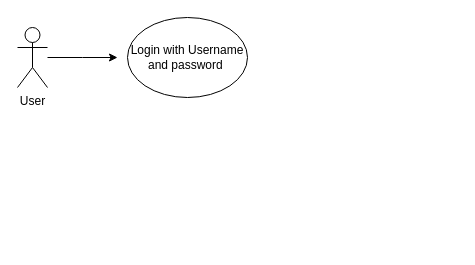
Earlier version of the draw.io diagram Login Diagram.drawio (Swaraj-Bharti/softwarearchitectcert). Source tidied: cells renumbered, new cells numbered last; positions are measured from the earlier drawing's top-left corner, leaving out a move shared by most shapes. Both pictures are drawn from the tidied source at 100%, with x=0, y=0 at pixel (17, 17).
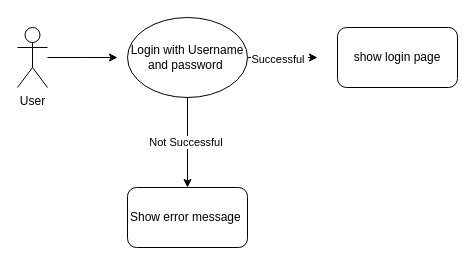
The same diagram, later.

Diff of the diagram source:
```diff
@@
 <mxGraphModel>
   <root>
     <mxCell id="0" />
     <mxCell id="1" parent="0" />
     <mxCell id="2" style="edgeStyle=orthogonalEdgeStyle;rounded=0;jettySize=auto;html=1;" parent="1" edge="1" source="3">
       <mxGeometry relative="1" as="geometry">
         <mxPoint x="100" y="40" as="targetPoint" />
       </mxGeometry>
     </mxCell>
     <mxCell id="3" value="User" style="shape=umlActor;verticalLabelPosition=bottom;verticalAlign=top;html=1;outlineConnect=0;" parent="1" vertex="1">
       <mxGeometry y="10" width="30" height="60" as="geometry" />
     </mxCell>
+    <mxCell id="5" style="edgeStyle=orthogonalEdgeStyle;rounded=0;jettySize=auto;html=1;" parent="1" edge="1" source="4">
+      <mxGeometry relative="1" as="geometry">
+        <mxPoint x="300" y="40" as="targetPoint" />
+      </mxGeometry>
+    </mxCell>
+    <mxCell id="6" value="Successful&amp;nbsp;" style="edgeLabel;html=1;align=center;verticalAlign=middle;" parent="5" vertex="1">
+      <mxGeometry x="-0.11" y="-1" relative="1" as="geometry" />
+    </mxCell>
+    <mxCell id="7" value="Not Successful&amp;nbsp;" style="edgeStyle=orthogonalEdgeStyle;rounded=0;jettySize=auto;html=1;" parent="1" edge="1" source="4" target="9">
+      <mxGeometry relative="1" as="geometry" />
+    </mxCell>
     <mxCell id="4" value="Login with Username and password&amp;nbsp;" style="ellipse;whiteSpace=wrap;html=1;" parent="1" vertex="1">
       <mxGeometry x="110" width="120" height="80" as="geometry" />
     </mxCell>
+    <mxCell id="8" value="show login page" style="rounded=1;whiteSpace=wrap;html=1;" parent="1" vertex="1">
+      <mxGeometry x="320" y="10" width="120" height="60" as="geometry" />
+    </mxCell>
+    <mxCell id="9" value="Show error message&amp;nbsp;" style="rounded=1;whiteSpace=wrap;html=1;" parent="1" vertex="1">
+      <mxGeometry x="110" y="170" width="120" height="60" as="geometry" />
+    </mxCell>
   </root>
 </mxGraphModel>
```
